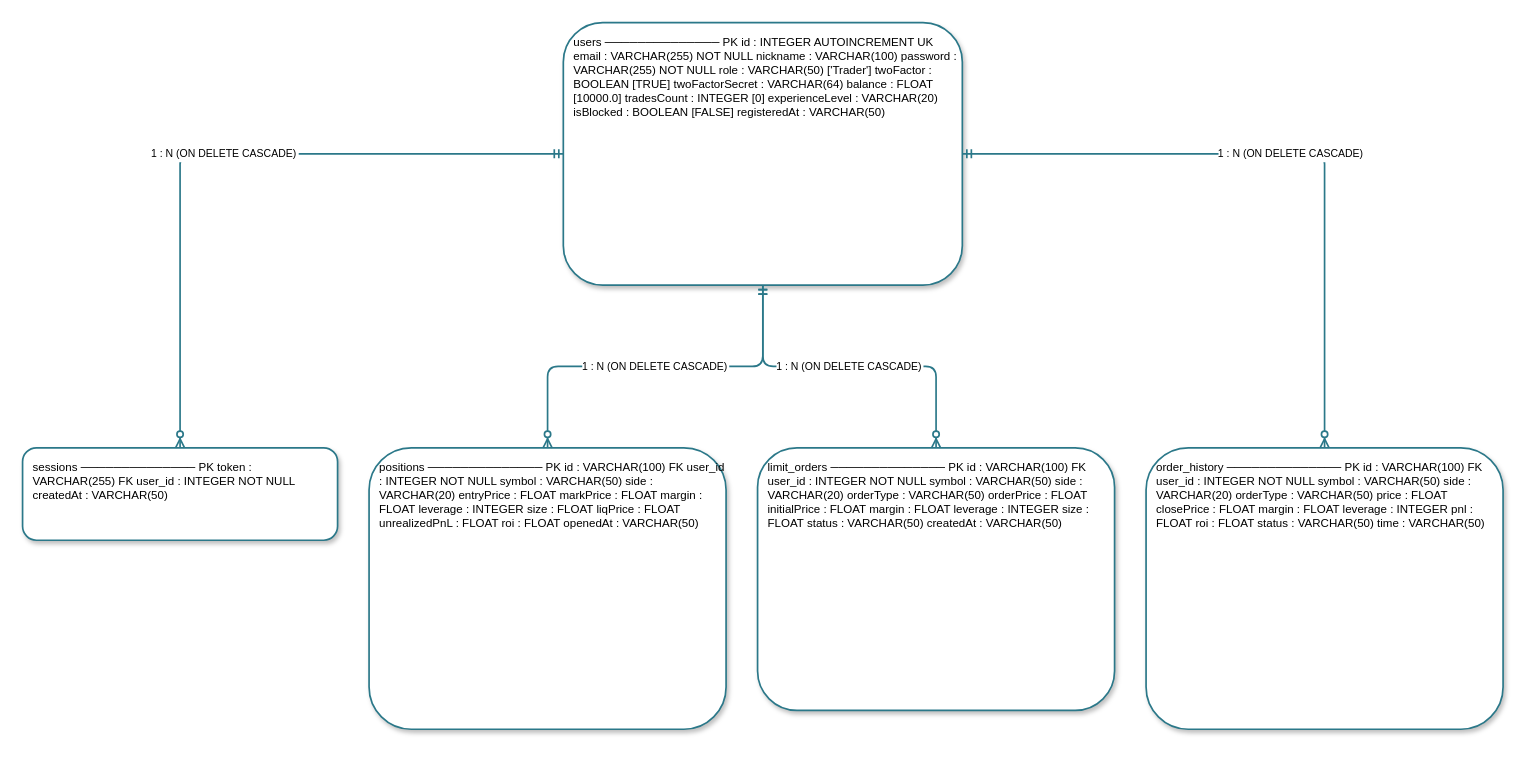
The draw.io diagram page "3 ER-діаграма" (4 of 10) of ByGigaBit_8_діаграм.drawio in Hast1k/bygigabit, before the edit. Source tidied: cells renumbered, new cells numbered last; positions are measured from the earlier drawing's top-left corner, leaving out a move shared by most shapes. Both pictures are drawn from the tidied source at 105%, with x=0, y=0 at pixel (22, 22).
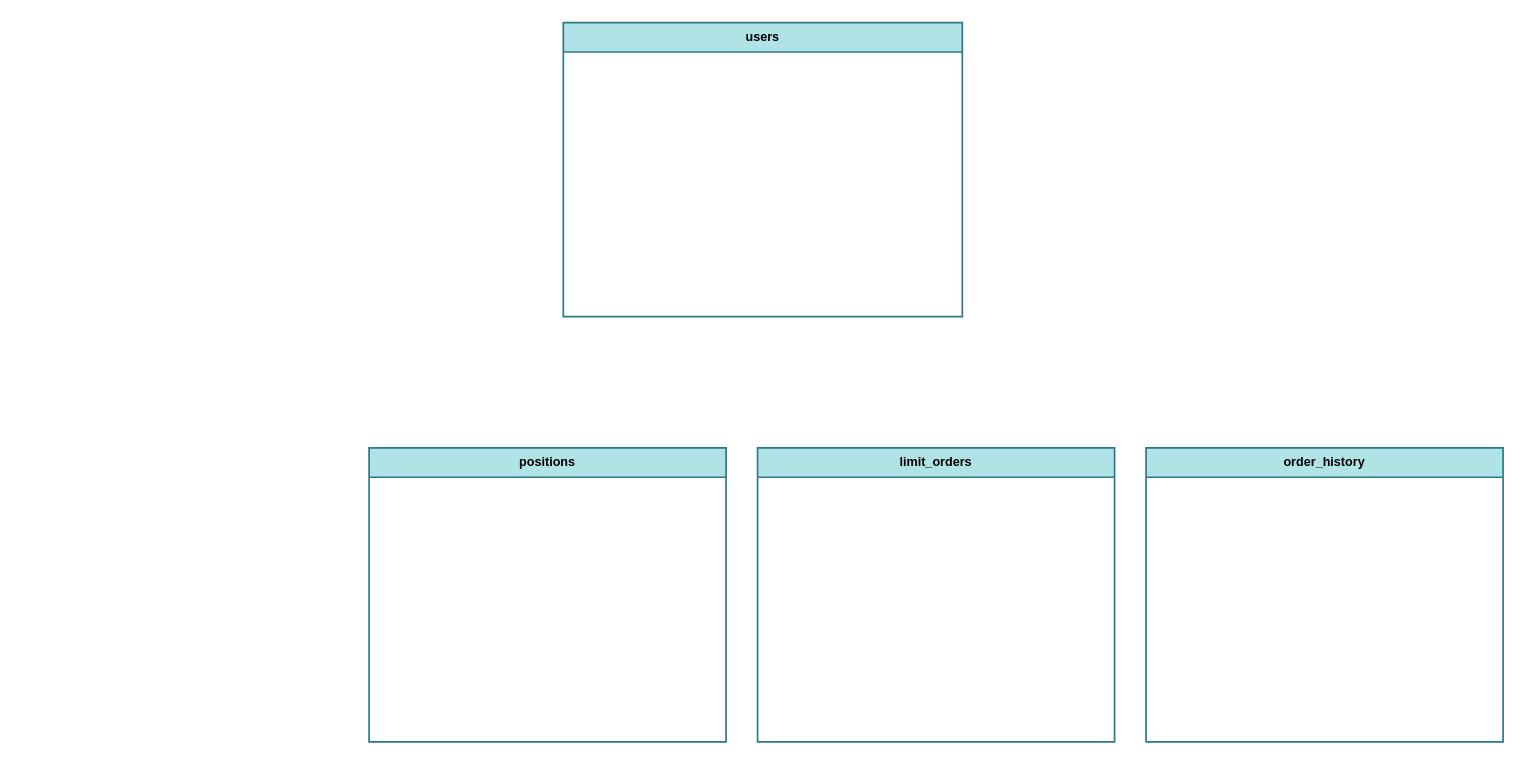
Above is the later version.

The edit, as a diff of the source:
```diff
@@
 <mxGraphModel background="#ffffff">
   <root>
     <mxCell id="0" />
     <mxCell id="1" parent="0" />
-    <mxCell id="2" value="users ────────────── PK id : INTEGER AUTOINCREMENT UK email : VARCHAR(255) NOT NULL nickname : VARCHAR(100) password : VARCHAR(255) NOT NULL role : VARCHAR(50) ['Trader'] twoFactor : BOOLEAN [TRUE] twoFactorSecret : VARCHAR(64) balance : FLOAT [10000.0] tradesCount : INTEGER [0] experienceLevel : VARCHAR(20) isBlocked : BOOLEAN [FALSE] registeredAt : VARCHAR(50)" style="rounded=1;whiteSpace=wrap;html=0;fillColor=#ffffff;strokeColor=#2b7889;strokeWidth=1.6;align=left;verticalAlign=top;spacingLeft=8;spacingTop=6;fontSize=11;shadow=1;" parent="1" vertex="1">
-      <mxGeometry x="515" width="380" height="250" as="geometry" />
+    <mxCell id="2" value="users" style="swimlane;fontStyle=1;align=center;verticalAlign=top;horizontal=1;startSize=28;html=0;fillColor=#b0e3e6;strokeColor=#2b7889;strokeWidth=1.6;" parent="1" vertex="1">
+      <mxGeometry x="515" width="380" height="280" as="geometry" />
     </mxCell>
-    <mxCell id="3" value="sessions ────────────── PK token : VARCHAR(255) FK user_id : INTEGER NOT NULL createdAt : VARCHAR(50)" style="rounded=1;whiteSpace=wrap;html=0;fillColor=#ffffff;strokeColor=#2b7889;strokeWidth=1.6;align=left;verticalAlign=top;spacingLeft=8;spacingTop=6;fontSize=11;shadow=1;" parent="1" vertex="1">
-      <mxGeometry y="405" width="300" height="88" as="geometry" />
+    <mxCell id="3" value="positions" style="swimlane;fontStyle=1;align=center;verticalAlign=top;horizontal=1;startSize=28;html=0;fillColor=#b0e3e6;strokeColor=#2b7889;strokeWidth=1.6;" parent="1" vertex="1">
+      <mxGeometry x="330" y="405" width="340" height="280" as="geometry" />
     </mxCell>
-    <mxCell id="4" value="positions ────────────── PK id : VARCHAR(100) FK user_id : INTEGER NOT NULL symbol : VARCHAR(50) side : VARCHAR(20) entryPrice : FLOAT markPrice : FLOAT margin : FLOAT leverage : INTEGER size : FLOAT liqPrice : FLOAT unrealizedPnL : FLOAT roi : FLOAT openedAt : VARCHAR(50)" style="rounded=1;whiteSpace=wrap;html=0;fillColor=#ffffff;strokeColor=#2b7889;strokeWidth=1.6;align=left;verticalAlign=top;spacingLeft=8;spacingTop=6;fontSize=11;shadow=1;" parent="1" vertex="1">
-      <mxGeometry x="330" y="405" width="340" height="268" as="geometry" />
+    <mxCell id="4" value="limit_orders" style="swimlane;fontStyle=1;align=center;verticalAlign=top;horizontal=1;startSize=28;html=0;fillColor=#b0e3e6;strokeColor=#2b7889;strokeWidth=1.6;" parent="1" vertex="1">
+      <mxGeometry x="700" y="405" width="340" height="280" as="geometry" />
     </mxCell>
-    <mxCell id="5" value="limit_orders ────────────── PK id : VARCHAR(100) FK user_id : INTEGER NOT NULL symbol : VARCHAR(50) side : VARCHAR(20) orderType : VARCHAR(50) orderPrice : FLOAT initialPrice : FLOAT margin : FLOAT leverage : INTEGER size : FLOAT status : VARCHAR(50) createdAt : VARCHAR(50)" style="rounded=1;whiteSpace=wrap;html=0;fillColor=#ffffff;strokeColor=#2b7889;strokeWidth=1.6;align=left;verticalAlign=top;spacingLeft=8;spacingTop=6;fontSize=11;shadow=1;" parent="1" vertex="1">
-      <mxGeometry x="700" y="405" width="340" height="250" as="geometry" />
+    <mxCell id="5" value="order_history" style="swimlane;fontStyle=1;align=center;verticalAlign=top;horizontal=1;startSize=28;html=0;fillColor=#b0e3e6;strokeColor=#2b7889;strokeWidth=1.6;" parent="1" vertex="1">
+      <mxGeometry x="1070" y="405" width="340" height="280" as="geometry" />
     </mxCell>
-    <mxCell id="6" value="order_history ────────────── PK id : VARCHAR(100) FK user_id : INTEGER NOT NULL symbol : VARCHAR(50) side : VARCHAR(20) orderType : VARCHAR(50) price : FLOAT closePrice : FLOAT margin : FLOAT leverage : INTEGER pnl : FLOAT roi : FLOAT status : VARCHAR(50) time : VARCHAR(50)" style="rounded=1;whiteSpace=wrap;html=0;fillColor=#ffffff;strokeColor=#2b7889;strokeWidth=1.6;align=left;verticalAlign=top;spacingLeft=8;spacingTop=6;fontSize=11;shadow=1;" parent="1" vertex="1">
-      <mxGeometry x="1070" y="405" width="340" height="268" as="geometry" />
-    </mxCell>
-    <mxCell id="7" value="1 : N (ON DELETE CASCADE)" style="edgeStyle=orthogonalEdgeStyle;startArrow=ERmandOne;endArrow=ERzeroToMany;strokeColor=#2b7889;strokeWidth=1.6;labelBackgroundColor=#ffffff;fontSize=10;" parent="1" edge="1" source="2" target="3">
-      <mxGeometry relative="1" as="geometry" />
-    </mxCell>
-    <mxCell id="8" value="1 : N (ON DELETE CASCADE)" style="edgeStyle=orthogonalEdgeStyle;startArrow=ERmandOne;endArrow=ERzeroToMany;strokeColor=#2b7889;strokeWidth=1.6;labelBackgroundColor=#ffffff;fontSize=10;" parent="1" edge="1" source="2" target="4">
-      <mxGeometry relative="1" as="geometry" />
-    </mxCell>
-    <mxCell id="9" value="1 : N (ON DELETE CASCADE)" style="edgeStyle=orthogonalEdgeStyle;startArrow=ERmandOne;endArrow=ERzeroToMany;strokeColor=#2b7889;strokeWidth=1.6;labelBackgroundColor=#ffffff;fontSize=10;" parent="1" edge="1" source="2" target="5">
-      <mxGeometry relative="1" as="geometry" />
-    </mxCell>
-    <mxCell id="10" value="1 : N (ON DELETE CASCADE)" style="edgeStyle=orthogonalEdgeStyle;startArrow=ERmandOne;endArrow=ERzeroToMany;strokeColor=#2b7889;strokeWidth=1.6;labelBackgroundColor=#ffffff;fontSize=10;" parent="1" edge="1" source="2" target="6">
-      <mxGeometry relative="1" as="geometry" />
-    </mxCell>
   </root>
 </mxGraphModel>
```
